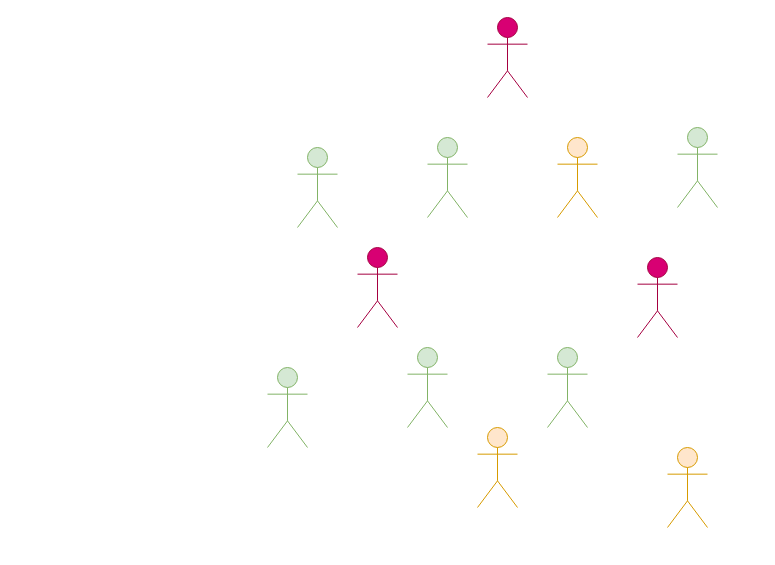
Above: ethereum-research/consensus/consensus itself/blockchain context.drawio in 0xyicheng/a-research-diagram (draw.io), before the change. Source tidied: cells renumbered, new cells numbered last; positions are measured from the earlier drawing's top-left corner, leaving out a move shared by most shapes. Both pictures are drawn from the tidied source at 100%, with x=0, y=0 at pixel (267, 17).
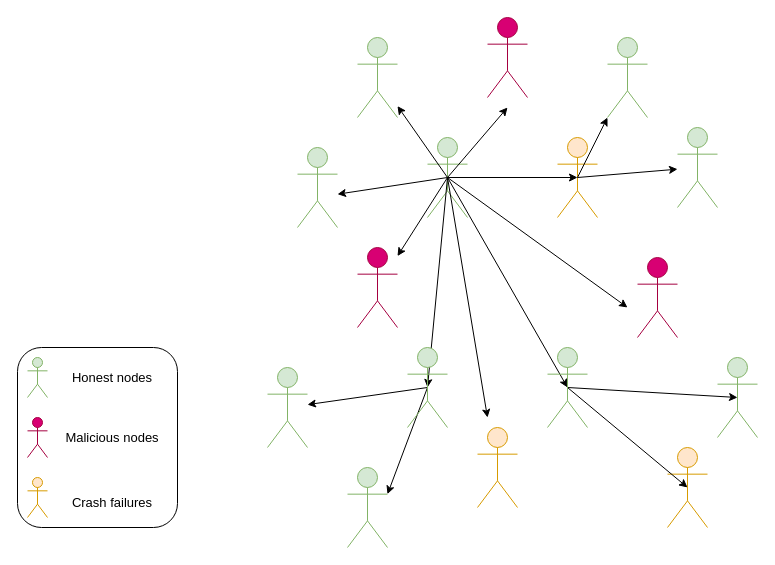
After the change.

The change refers to these unchanged cells:
```xml
<mxCell id="2" style="shape=umlActor;verticalLabelPosition=bottom;verticalAlign=top;html=1;outlineConnect=0;fillColor=#d80073;fontColor=#ffffff;strokeColor=#A50040;" parent="1" vertex="1">
  <mxGeometry x="90" y="230" width="40" height="80" as="geometry" />
</mxCell>
<mxCell id="4" style="shape=umlActor;verticalLabelPosition=bottom;verticalAlign=top;html=1;outlineConnect=0;fillColor=#d5e8d4;strokeColor=#82b366;" parent="1" vertex="1">
  <mxGeometry x="160" y="120" width="40" height="80" as="geometry" />
</mxCell>
<mxCell id="5" style="shape=umlActor;verticalLabelPosition=bottom;verticalAlign=top;html=1;outlineConnect=0;fillColor=#ffe6cc;strokeColor=#d79b00;" parent="1" vertex="1">
  <mxGeometry x="290" y="120" width="40" height="80" as="geometry" />
</mxCell>
<mxCell id="9" style="shape=umlActor;verticalLabelPosition=bottom;verticalAlign=top;html=1;outlineConnect=0;fillColor=#d5e8d4;strokeColor=#82b366;" parent="1" vertex="1">
  <mxGeometry y="350" width="40" height="80" as="geometry" />
</mxCell>
<mxCell id="11" style="shape=umlActor;verticalLabelPosition=bottom;verticalAlign=top;html=1;outlineConnect=0;fillColor=#d5e8d4;strokeColor=#82b366;" parent="1" vertex="1">
  <mxGeometry x="410" y="110" width="40" height="80" as="geometry" />
</mxCell>
<mxCell id="13" style="shape=umlActor;verticalLabelPosition=bottom;verticalAlign=top;html=1;outlineConnect=0;fillColor=#ffe6cc;strokeColor=#d79b00;" parent="1" vertex="1">
  <mxGeometry x="400" y="430" width="40" height="80" as="geometry" />
</mxCell>
```

The edit, as a diff of the source:
```diff
@@
+    <mxCell id="14" style="rounded=1;whiteSpace=wrap;html=1;fontSize=13;" parent="1" vertex="1">
+      <mxGeometry x="-250" y="330" width="160" height="180" as="geometry" />
+    </mxCell>
@@
-    <mxCell id="3" style="shape=umlActor;verticalLabelPosition=bottom;verticalAlign=top;html=1;outlineConnect=0;fillColor=#d5e8d4;strokeColor=#82b366;" parent="1" vertex="1">
-      <mxGeometry x="140" y="330" width="40" height="80" as="geometry" />
-    </mxCell>
@@
-    <mxCell id="6" style="shape=umlActor;verticalLabelPosition=bottom;verticalAlign=top;html=1;outlineConnect=0;fillColor=#d5e8d4;strokeColor=#82b366;" parent="1" vertex="1">
-      <mxGeometry x="280" y="330" width="40" height="80" as="geometry" />
-    </mxCell>
@@
+    <mxCell id="15" style="shape=umlActor;verticalLabelPosition=bottom;verticalAlign=top;html=1;fillColor=#d5e8d4;strokeColor=#82b366;" parent="1" vertex="1">
+      <mxGeometry x="-240" y="340" width="20" height="40" as="geometry" />
+    </mxCell>
+    <mxCell id="16" value="40&lt;br&gt;" style="shape=umlActor;verticalLabelPosition=bottom;verticalAlign=top;html=1;fillColor=#d80073;fontColor=#ffffff;strokeColor=#A50040;" parent="1" vertex="1">
+      <mxGeometry x="-240" y="400" width="20" height="40" as="geometry" />
+    </mxCell>
+    <mxCell id="17" style="shape=umlActor;verticalLabelPosition=bottom;verticalAlign=top;html=1;fillColor=#ffe6cc;strokeColor=#d79b00;" parent="1" vertex="1">
+      <mxGeometry x="-240" y="460" width="20" height="40" as="geometry" />
+    </mxCell>
+    <mxCell id="18" value="&lt;font style=&quot;font-size: 13px;&quot;&gt;Honest nodes&lt;/font&gt;" style="text;html=1;strokeColor=none;fillColor=none;align=center;verticalAlign=middle;whiteSpace=wrap;rounded=0;fontSize=14;" parent="1" vertex="1">
+      <mxGeometry x="-200" y="345" width="90" height="30" as="geometry" />
+    </mxCell>
+    <mxCell id="19" value="&lt;font style=&quot;font-size: 13px;&quot;&gt;Malicious nodes&lt;/font&gt;" style="text;html=1;strokeColor=none;fillColor=none;align=center;verticalAlign=middle;whiteSpace=wrap;rounded=0;fontSize=14;" parent="1" vertex="1">
+      <mxGeometry x="-210" y="405" width="110" height="30" as="geometry" />
+    </mxCell>
+    <mxCell id="20" value="&lt;font style=&quot;font-size: 13px;&quot;&gt;Crash failures&lt;/font&gt;" style="text;html=1;strokeColor=none;fillColor=none;align=center;verticalAlign=middle;whiteSpace=wrap;rounded=0;fontSize=14;" parent="1" vertex="1">
+      <mxGeometry x="-210" y="470" width="110" height="30" as="geometry" />
+    </mxCell>
+    <mxCell id="21" style="shape=umlActor;verticalLabelPosition=bottom;verticalAlign=top;html=1;outlineConnect=0;fillColor=#d5e8d4;strokeColor=#82b366;" parent="1" vertex="1">
+      <mxGeometry x="90" y="20" width="40" height="80" as="geometry" />
+    </mxCell>
+    <mxCell id="22" style="shape=umlActor;verticalLabelPosition=bottom;verticalAlign=top;html=1;outlineConnect=0;fillColor=#d5e8d4;strokeColor=#82b366;" parent="1" vertex="1">
+      <mxGeometry x="340" y="20" width="40" height="80" as="geometry" />
+    </mxCell>
+    <mxCell id="23" style="shape=umlActor;verticalLabelPosition=bottom;verticalAlign=top;html=1;outlineConnect=0;fillColor=#d5e8d4;strokeColor=#82b366;" parent="1" vertex="1">
+      <mxGeometry x="80" y="450" width="40" height="80" as="geometry" />
+    </mxCell>
+    <mxCell id="24" style="shape=umlActor;verticalLabelPosition=bottom;verticalAlign=top;html=1;outlineConnect=0;fillColor=#d5e8d4;strokeColor=#82b366;" parent="1" vertex="1">
+      <mxGeometry x="450" y="340" width="40" height="80" as="geometry" />
+    </mxCell>
+    <mxCell id="25" style="endArrow=classic;html=1;rounded=0;strokeWidth=1;fontSize=13;" parent="1" edge="1">
+      <mxGeometry relative="1" as="geometry">
+        <mxPoint x="180" y="160" as="sourcePoint" />
+        <mxPoint x="310" y="160" as="targetPoint" />
+      </mxGeometry>
+    </mxCell>
+    <mxCell id="26" style="endArrow=classic;html=1;rounded=0;strokeWidth=1;fontSize=13;" parent="1" edge="1">
+      <mxGeometry relative="1" as="geometry">
+        <mxPoint x="180" y="160" as="sourcePoint" />
+        <mxPoint x="360" y="290" as="targetPoint" />
+      </mxGeometry>
+    </mxCell>
+    <mxCell id="27" style="endArrow=classic;html=1;rounded=0;strokeWidth=1;fontSize=13;exitX=0.5;exitY=0.5;exitDx=0;exitDy=0;exitPerimeter=0;" parent="1" edge="1" source="4">
+      <mxGeometry relative="1" as="geometry">
+        <mxPoint x="300" y="370" as="targetPoint" />
+      </mxGeometry>
+    </mxCell>
+    <mxCell id="28" style="endArrow=classic;html=1;rounded=0;strokeWidth=1;fontSize=13;exitX=0.5;exitY=0.5;exitDx=0;exitDy=0;exitPerimeter=0;entryX=0.5;entryY=0.5;entryDx=0;entryDy=0;entryPerimeter=0;" parent="1" edge="1" source="4" target="3">
+      <mxGeometry relative="1" as="geometry" />
+    </mxCell>
+    <mxCell id="29" style="endArrow=classic;html=1;rounded=0;strokeWidth=1;fontSize=13;exitX=0.5;exitY=0.5;exitDx=0;exitDy=0;exitPerimeter=0;" parent="1" edge="1" source="4">
+      <mxGeometry relative="1" as="geometry">
+        <mxPoint x="220" y="400" as="targetPoint" />
+      </mxGeometry>
+    </mxCell>
+    <mxCell id="30" style="endArrow=classic;html=1;rounded=0;strokeWidth=1;fontSize=13;exitX=0.5;exitY=0.5;exitDx=0;exitDy=0;exitPerimeter=0;" parent="1" edge="1" source="4" target="2">
+      <mxGeometry relative="1" as="geometry" />
+    </mxCell>
+    <mxCell id="31" style="endArrow=classic;html=1;rounded=0;strokeWidth=1;fontSize=13;exitX=0.5;exitY=0.5;exitDx=0;exitDy=0;exitPerimeter=0;" parent="1" edge="1" source="4">
+      <mxGeometry relative="1" as="geometry">
+        <mxPoint x="70" y="176.7" as="targetPoint" />
+      </mxGeometry>
+    </mxCell>
+    <mxCell id="32" style="endArrow=classic;html=1;rounded=0;strokeWidth=1;fontSize=13;exitX=0.5;exitY=0.5;exitDx=0;exitDy=0;exitPerimeter=0;" parent="1" edge="1" source="4">
+      <mxGeometry relative="1" as="geometry">
+        <mxPoint x="240" y="90" as="targetPoint" />
+      </mxGeometry>
+    </mxCell>
+    <mxCell id="33" style="endArrow=classic;html=1;rounded=0;strokeWidth=1;fontSize=13;" parent="1" edge="1" target="21">
+      <mxGeometry relative="1" as="geometry">
+        <mxPoint x="180" y="160" as="sourcePoint" />
+      </mxGeometry>
+    </mxCell>
+    <mxCell id="34" style="endArrow=classic;html=1;rounded=0;strokeWidth=1;fontSize=13;" parent="1" edge="1" target="11">
+      <mxGeometry relative="1" as="geometry">
+        <mxPoint x="310" y="160" as="sourcePoint" />
+      </mxGeometry>
+    </mxCell>
+    <mxCell id="35" style="endArrow=classic;html=1;rounded=0;strokeWidth=1;fontSize=13;exitX=0.5;exitY=0.5;exitDx=0;exitDy=0;exitPerimeter=0;" parent="1" edge="1" source="5" target="22">
+      <mxGeometry relative="1" as="geometry" />
+    </mxCell>
+    <mxCell id="36" style="endArrow=classic;html=1;rounded=0;strokeWidth=1;fontSize=13;exitX=0.5;exitY=0.5;exitDx=0;exitDy=0;exitPerimeter=0;" parent="1" edge="1" source="3" target="9">
+      <mxGeometry relative="1" as="geometry" />
+    </mxCell>
+    <mxCell id="37" style="endArrow=classic;html=1;rounded=0;strokeWidth=1;fontSize=13;entryX=1;entryY=0.3333333333333333;entryDx=0;entryDy=0;entryPerimeter=0;exitX=0.5;exitY=0.5;exitDx=0;exitDy=0;exitPerimeter=0;" parent="1" edge="1" source="3" target="23">
+      <mxGeometry relative="1" as="geometry" />
+    </mxCell>
+    <mxCell id="38" style="endArrow=classic;html=1;rounded=0;strokeWidth=1;fontSize=13;exitX=0.5;exitY=0.5;exitDx=0;exitDy=0;exitPerimeter=0;entryX=0.5;entryY=0.5;entryDx=0;entryDy=0;entryPerimeter=0;" parent="1" edge="1" source="6" target="24">
+      <mxGeometry relative="1" as="geometry" />
+    </mxCell>
+    <mxCell id="39" style="endArrow=classic;html=1;rounded=0;strokeWidth=1;fontSize=13;exitX=0.5;exitY=0.5;exitDx=0;exitDy=0;exitPerimeter=0;entryX=0.5;entryY=0.5;entryDx=0;entryDy=0;entryPerimeter=0;" parent="1" edge="1" source="6" target="13">
+      <mxGeometry relative="1" as="geometry" />
+    </mxCell>
+    <mxCell id="3" style="shape=umlActor;verticalLabelPosition=bottom;verticalAlign=top;html=1;outlineConnect=0;fillColor=#d5e8d4;strokeColor=#82b366;" parent="1" vertex="1">
+      <mxGeometry x="140" y="330" width="40" height="80" as="geometry" />
+    </mxCell>
+    <mxCell id="6" style="shape=umlActor;verticalLabelPosition=bottom;verticalAlign=top;html=1;outlineConnect=0;fillColor=#d5e8d4;strokeColor=#82b366;" parent="1" vertex="1">
+      <mxGeometry x="280" y="330" width="40" height="80" as="geometry" />
+    </mxCell>
```
